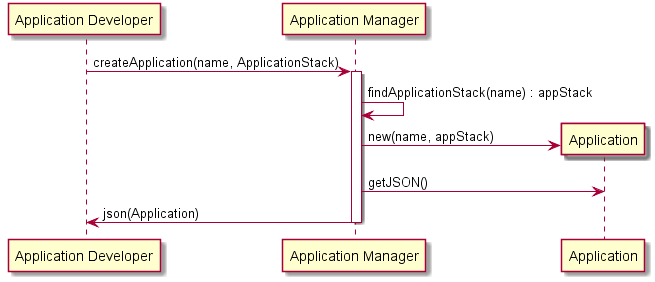
The PlantUML diagram design/ApplicationManager/CreateApplication/Interaction.png in CAADE/C3, before a commit. Its diagram source:
```plantuml
@startuml

"Application Developer" -> "Application Manager" : createApplication(name, ApplicationStack)
activate "Application Manager"
"Application Manager" -> "Application Manager" :findApplicationStack(name) : appStack
create Application
"Application Manager" -> "Application" : new(name, appStack)
"Application Manager" -> "Application" : getJSON()
"Application Developer" <- "Application Manager" : json(Application)
deactivate "Application Manager"

@enduml
```
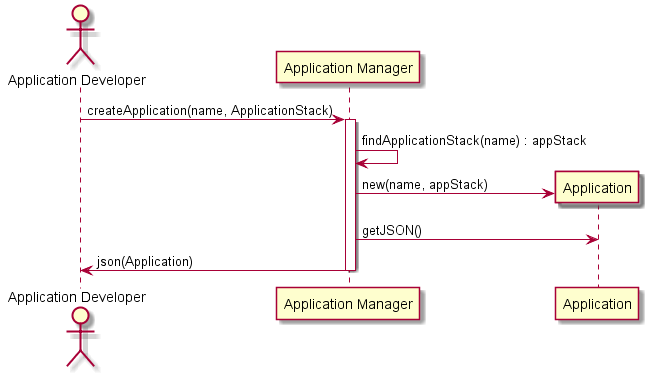
The same file after the commit.

Diff of the diagram source:
```diff
@@ -1,4 +1,5 @@
 @startuml
+Actor "Application Developer"
 
 "Application Developer" -> "Application Manager" : createApplication(name, ApplicationStack)
 activate "Application Manager"
```
